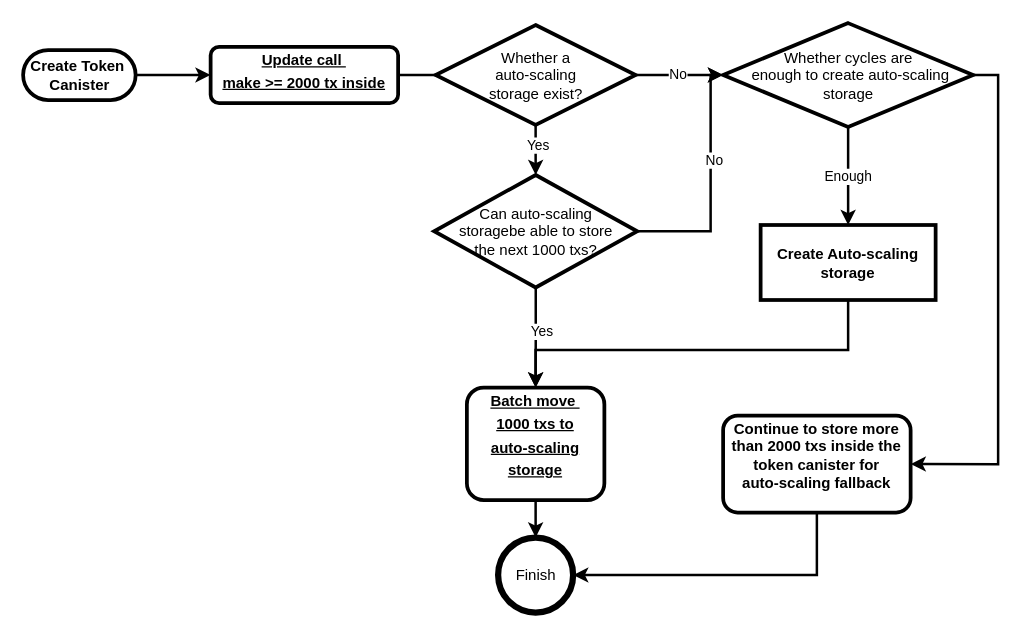
This is draw/AutoScalingStorage.drawio from Deland-Labs/DFT-Standard-Tutorial, a draw.io file, before an edit. Source tidied: cells renumbered, new cells numbered last; positions are measured from the earlier drawing's top-left corner, leaving out a move shared by most shapes. Both pictures are drawn from the tidied source at 125%, with x=0, y=0 at pixel (22, 22).
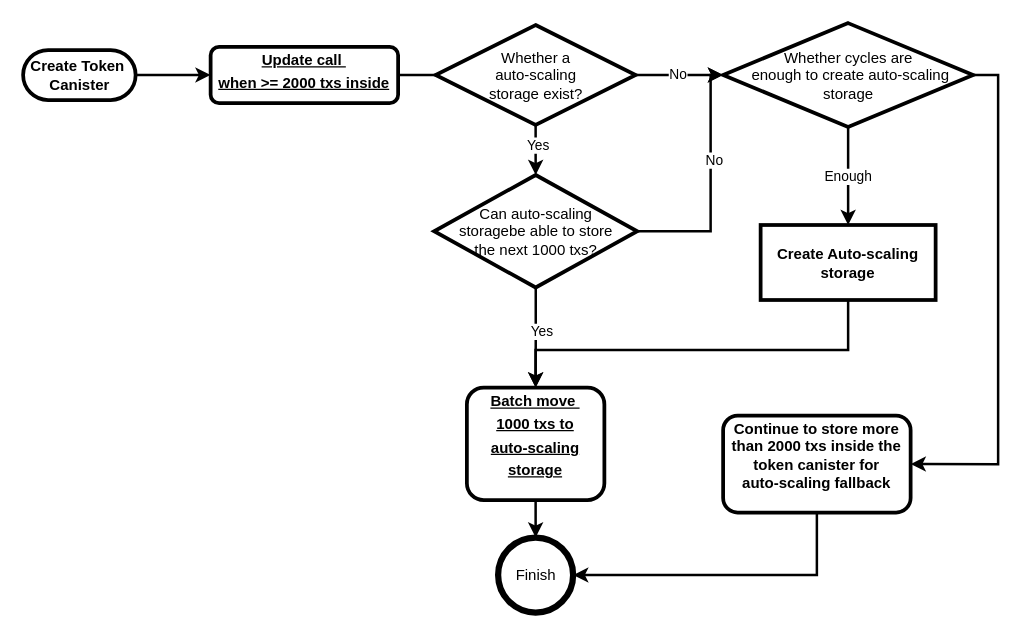
Above is the later version.

Commit message (it also covers changes not shown here):
Update flow chart

Change to the diagram source:
```diff
@@
-    <mxCell id="2" value="&lt;p style=&quot;margin: 0px ; margin-top: 4px ; text-align: center ; text-decoration: underline&quot;&gt;Update call&amp;nbsp;&lt;/p&gt;&lt;p style=&quot;margin: 0px ; margin-top: 4px ; text-align: center ; text-decoration: underline&quot;&gt;make &amp;gt;= 2000 tx inside&lt;br&gt;&lt;br&gt;&lt;/p&gt;" style="verticalAlign=middle;align=center;overflow=fill;fontSize=12;fontFamily=Helvetica;html=1;rounded=1;fontStyle=1;strokeWidth=3;fillColor=none;" parent="1" vertex="1">
+    <mxCell id="2" value="&lt;p style=&quot;margin: 0px ; margin-top: 4px ; text-align: center ; text-decoration: underline&quot;&gt;Update call&amp;nbsp;&lt;/p&gt;&lt;p style=&quot;margin: 0px ; margin-top: 4px ; text-align: center ; text-decoration: underline&quot;&gt;when &amp;gt;= 2000 txs inside&lt;br&gt;&lt;br&gt;&lt;/p&gt;" style="verticalAlign=middle;align=center;overflow=fill;fontSize=12;fontFamily=Helvetica;html=1;rounded=1;fontStyle=1;strokeWidth=3;fillColor=none;" parent="1" vertex="1">
       <mxGeometry x="150" y="19" width="150" height="45" as="geometry" />
     </mxCell>
```
